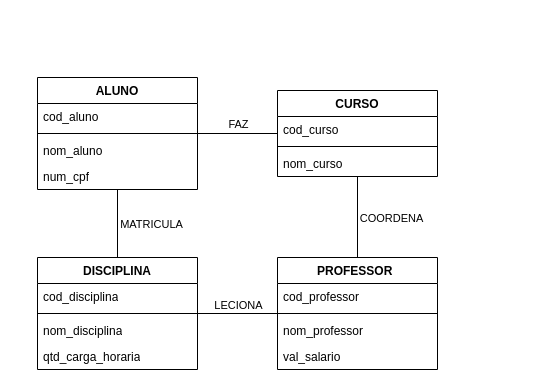
The draw.io diagram BD_Aula1.drawio in NicolasKevin2/BD, before the edit. Source tidied: cells renumbered, new cells numbered last; positions are measured from the earlier drawing's top-left corner, leaving out a move shared by most shapes. Both pictures are drawn from the tidied source at 100%, with x=0, y=0 at pixel (37, 77).
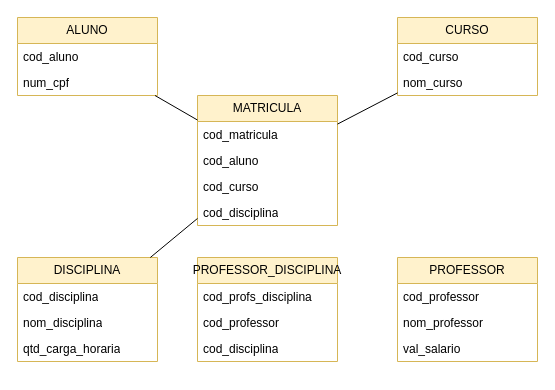
Above is the later version.

Diff of the diagram source:
```diff
@@
-    <mxCell id="2" value="ALUNO&lt;br&gt;" style="swimlane;fontStyle=1;align=center;verticalAlign=top;horizontal=1;startSize=26;whiteSpace=wrap;html=1;" parent="1" vertex="1">
-      <mxGeometry width="160" height="112" as="geometry" />
-    </mxCell>
-    <mxCell id="3" value="cod_aluno" style="text;strokeColor=none;fillColor=none;align=left;verticalAlign=top;spacingLeft=4;spacingRight=4;overflow=hidden;whiteSpace=wrap;html=1;" parent="2" vertex="1">
-      <mxGeometry y="26" width="160" height="26" as="geometry" />
-    </mxCell>
-    <mxCell id="4" style="line;strokeWidth=1;fillColor=none;align=left;verticalAlign=middle;spacingTop=-1;spacingLeft=3;spacingRight=3;labelPosition=right;strokeColor=inherit;" parent="2" vertex="1">
-      <mxGeometry y="52" width="160" height="8" as="geometry" />
-    </mxCell>
-    <mxCell id="5" value="nom_aluno" style="text;strokeColor=none;fillColor=none;align=left;verticalAlign=top;spacingLeft=4;spacingRight=4;overflow=hidden;whiteSpace=wrap;html=1;" parent="2" vertex="1">
-      <mxGeometry y="60" width="160" height="26" as="geometry" />
-    </mxCell>
-    <mxCell id="6" value="num_cpf" style="text;strokeColor=none;fillColor=none;align=left;verticalAlign=top;spacingLeft=4;spacingRight=4;overflow=hidden;whiteSpace=wrap;html=1;" parent="2" vertex="1">
-      <mxGeometry y="86" width="160" height="26" as="geometry" />
-    </mxCell>
-    <mxCell id="7" value="CURSO" style="swimlane;fontStyle=1;align=center;verticalAlign=top;horizontal=1;startSize=26;whiteSpace=wrap;html=1;" parent="1" vertex="1">
-      <mxGeometry x="240" y="13" width="160" height="86" as="geometry" />
+    <mxCell id="7" value="CURSO" style="swimlane;fontStyle=0;horizontal=1;startSize=26;fillColor=#fff2cc;whiteSpace=wrap;html=1;strokeColor=#d6b656;" parent="1" vertex="1">
+      <mxGeometry x="360" y="-60" width="140" height="78" as="geometry" />
     </mxCell>
     <mxCell id="8" value="cod_curso" style="text;strokeColor=none;fillColor=none;align=left;verticalAlign=top;spacingLeft=4;spacingRight=4;overflow=hidden;whiteSpace=wrap;html=1;" parent="7" vertex="1">
-      <mxGeometry y="26" width="160" height="26" as="geometry" />
+      <mxGeometry y="26" width="140" height="26" as="geometry" />
     </mxCell>
-    <mxCell id="9" style="line;strokeWidth=1;fillColor=none;align=left;verticalAlign=middle;spacingTop=-1;spacingLeft=3;spacingRight=3;labelPosition=right;strokeColor=inherit;" parent="7" vertex="1">
-      <mxGeometry y="52" width="160" height="8" as="geometry" />
-    </mxCell>
     <mxCell id="10" value="nom_curso" style="text;strokeColor=none;fillColor=none;align=left;verticalAlign=top;spacingLeft=4;spacingRight=4;overflow=hidden;whiteSpace=wrap;html=1;" parent="7" vertex="1">
-      <mxGeometry y="60" width="160" height="26" as="geometry" />
+      <mxGeometry y="52" width="140" height="26" as="geometry" />
     </mxCell>
+    <mxCell id="2" value="ALUNO" style="swimlane;fontStyle=0;horizontal=1;startSize=26;fillColor=#fff2cc;whiteSpace=wrap;html=1;strokeColor=#d6b656;" parent="1" vertex="1">
+      <mxGeometry x="-20" y="-60" width="140" height="78" as="geometry" />
+    </mxCell>
+    <mxCell id="29" value="cod_aluno" style="text;strokeColor=none;fillColor=none;align=left;verticalAlign=top;spacingLeft=4;spacingRight=4;overflow=hidden;whiteSpace=wrap;html=1;" parent="2" vertex="1">
+      <mxGeometry y="26" width="140" height="26" as="geometry" />
+    </mxCell>
+    <mxCell id="6" value="num_cpf" style="text;strokeColor=none;fillColor=none;align=left;verticalAlign=top;spacingLeft=4;spacingRight=4;overflow=hidden;whiteSpace=wrap;html=1;" parent="2" vertex="1">
+      <mxGeometry y="52" width="140" height="26" as="geometry" />
+    </mxCell>
+    <mxCell id="16" value="DISCIPLINA" style="swimlane;fontStyle=0;horizontal=1;startSize=26;fillColor=#fff2cc;whiteSpace=wrap;html=1;strokeColor=#d6b656;" parent="1" vertex="1">
+      <mxGeometry x="-20" y="180" width="140" height="104" as="geometry" />
+    </mxCell>
+    <mxCell id="30" value="cod_disciplina" style="text;strokeColor=none;fillColor=none;align=left;verticalAlign=top;spacingLeft=4;spacingRight=4;overflow=hidden;whiteSpace=wrap;html=1;" parent="16" vertex="1">
+      <mxGeometry y="26" width="140" height="26" as="geometry" />
+    </mxCell>
+    <mxCell id="19" value="nom_disciplina" style="text;strokeColor=none;fillColor=none;align=left;verticalAlign=top;spacingLeft=4;spacingRight=4;overflow=hidden;whiteSpace=wrap;html=1;" parent="16" vertex="1">
+      <mxGeometry y="52" width="140" height="26" as="geometry" />
+    </mxCell>
+    <mxCell id="20" value="qtd_carga_horaria" style="text;strokeColor=none;fillColor=none;align=left;verticalAlign=top;spacingLeft=4;spacingRight=4;overflow=hidden;whiteSpace=wrap;html=1;" parent="16" vertex="1">
+      <mxGeometry y="78" width="140" height="26" as="geometry" />
+    </mxCell>
-    <mxCell id="11" value="PROFESSOR&lt;span style=&quot;white-space: pre;&quot;&gt;&#9;&lt;/span&gt;" style="swimlane;fontStyle=1;align=center;verticalAlign=top;horizontal=1;startSize=26;whiteSpace=wrap;html=1;" parent="1" vertex="1">
-      <mxGeometry x="240" y="180" width="160" height="112" as="geometry" />
+    <mxCell id="11" value="PROFESSOR" style="swimlane;fontStyle=0;horizontal=1;startSize=26;fillColor=#fff2cc;whiteSpace=wrap;html=1;strokeColor=#d6b656;" parent="1" vertex="1">
+      <mxGeometry x="360" y="180" width="140" height="104" as="geometry" />
     </mxCell>
-    <mxCell id="12" value="cod_professor" style="text;strokeColor=none;fillColor=none;align=left;verticalAlign=top;spacingLeft=4;spacingRight=4;overflow=hidden;whiteSpace=wrap;html=1;" parent="11" vertex="1">
-      <mxGeometry y="26" width="160" height="26" as="geometry" />
-    </mxCell>
-    <mxCell id="13" style="line;strokeWidth=1;fillColor=none;align=left;verticalAlign=middle;spacingTop=-1;spacingLeft=3;spacingRight=3;labelPosition=right;strokeColor=inherit;" parent="11" vertex="1">
-      <mxGeometry y="52" width="160" height="8" as="geometry" />
-    </mxCell>
+    <mxCell id="31" value="cod_professor" style="text;strokeColor=none;fillColor=none;align=left;verticalAlign=top;spacingLeft=4;spacingRight=4;overflow=hidden;whiteSpace=wrap;html=1;" parent="11" vertex="1">
+      <mxGeometry y="26" width="140" height="26" as="geometry" />
+    </mxCell>
     <mxCell id="14" value="nom_professor" style="text;strokeColor=none;fillColor=none;align=left;verticalAlign=top;spacingLeft=4;spacingRight=4;overflow=hidden;whiteSpace=wrap;html=1;" parent="11" vertex="1">
-      <mxGeometry y="60" width="160" height="26" as="geometry" />
+      <mxGeometry y="52" width="140" height="26" as="geometry" />
     </mxCell>
     <mxCell id="15" value="val_salario" style="text;strokeColor=none;fillColor=none;align=left;verticalAlign=top;spacingLeft=4;spacingRight=4;overflow=hidden;whiteSpace=wrap;html=1;" parent="11" vertex="1">
-      <mxGeometry y="86" width="160" height="26" as="geometry" />
+      <mxGeometry y="78" width="140" height="26" as="geometry" />
     </mxCell>
-    <mxCell id="16" value="DISCIPLINA" style="swimlane;fontStyle=1;align=center;verticalAlign=top;horizontal=1;startSize=26;whiteSpace=wrap;html=1;" parent="1" vertex="1">
-      <mxGeometry y="180" width="160" height="112" as="geometry" />
-    </mxCell>
-    <mxCell id="17" value="cod_disciplina" style="text;strokeColor=none;fillColor=none;align=left;verticalAlign=top;spacingLeft=4;spacingRight=4;overflow=hidden;whiteSpace=wrap;html=1;" parent="16" vertex="1">
-      <mxGeometry y="26" width="160" height="26" as="geometry" />
-    </mxCell>
-    <mxCell id="18" style="line;strokeWidth=1;fillColor=none;align=left;verticalAlign=middle;spacingTop=-1;spacingLeft=3;spacingRight=3;labelPosition=right;strokeColor=inherit;" parent="16" vertex="1">
-      <mxGeometry y="52" width="160" height="8" as="geometry" />
-    </mxCell>
-    <mxCell id="19" value="nom_disciplina" style="text;strokeColor=none;fillColor=none;align=left;verticalAlign=top;spacingLeft=4;spacingRight=4;overflow=hidden;whiteSpace=wrap;html=1;" parent="16" vertex="1">
-      <mxGeometry y="60" width="160" height="26" as="geometry" />
-    </mxCell>
-    <mxCell id="20" value="qtd_carga_horaria" style="text;strokeColor=none;fillColor=none;align=left;verticalAlign=top;spacingLeft=4;spacingRight=4;overflow=hidden;whiteSpace=wrap;html=1;" parent="16" vertex="1">
-      <mxGeometry y="86" width="160" height="26" as="geometry" />
-    </mxCell>
-    <mxCell id="21" style="endArrow=none;html=1;rounded=0;" parent="1" edge="1" source="2" target="7">
-      <mxGeometry relative="1" as="geometry" />
-    </mxCell>
-    <mxCell id="22" value="FAZ&lt;br&gt;" style="edgeLabel;html=1;align=center;verticalAlign=middle;" parent="21" vertex="1">
-      <mxGeometry x="-0.05" y="-2" relative="1" as="geometry">
-        <mxPoint x="2" y="-12" as="offset" />
-      </mxGeometry>
-    </mxCell>
-    <mxCell id="23" style="endArrow=none;html=1;rounded=0;" parent="1" edge="1" source="16" target="2">
-      <mxGeometry relative="1" as="geometry" />
-    </mxCell>
-    <mxCell id="24" value="MATRICULA&lt;br&gt;" style="edgeLabel;html=1;align=center;verticalAlign=middle;points=[];" parent="23" vertex="1">
-      <mxGeometry x="0.03" y="1" relative="1" as="geometry">
-        <mxPoint x="34" y="1" as="offset" />
-      </mxGeometry>
+    <mxCell id="24" value="MATRICULA" style="swimlane;fontStyle=0;horizontal=1;startSize=26;fillColor=#fff2cc;whiteSpace=wrap;html=1;strokeColor=#d6b656;" parent="1" vertex="1">
+      <mxGeometry x="160" y="18" width="140" height="130" as="geometry" />
     </mxCell>
-    <mxCell id="25" style="endArrow=none;html=1;rounded=0;" parent="1" edge="1" source="16" target="11">
-      <mxGeometry relative="1" as="geometry" />
-    </mxCell>
-    <mxCell id="26" value="LECIONA&lt;br&gt;" style="edgeLabel;html=1;align=center;verticalAlign=middle;" parent="25" vertex="1">
-      <mxGeometry y="-1" relative="1" as="geometry">
-        <mxPoint y="-10" as="offset" />
-      </mxGeometry>
-    </mxCell>
-    <mxCell id="27" style="endArrow=none;html=1;rounded=0;" parent="1" edge="1" source="11" target="7">
-      <mxGeometry relative="1" as="geometry" />
-    </mxCell>
-    <mxCell id="28" value="COORDENA" style="edgeLabel;html=1;align=center;verticalAlign=middle;" parent="27" vertex="1">
-      <mxGeometry x="-0.09" y="-2" relative="1" as="geometry">
-        <mxPoint x="31" y="-3" as="offset" />
-      </mxGeometry>
-    </mxCell>
+    <mxCell id="32" value="cod_matricula" style="text;strokeColor=none;fillColor=none;align=left;verticalAlign=top;spacingLeft=4;spacingRight=4;overflow=hidden;whiteSpace=wrap;html=1;" parent="24" vertex="1">
+      <mxGeometry y="26" width="140" height="26" as="geometry" />
+    </mxCell>
+    <mxCell id="33" value="cod_aluno" style="text;strokeColor=none;fillColor=none;align=left;verticalAlign=top;spacingLeft=4;spacingRight=4;overflow=hidden;whiteSpace=wrap;html=1;" parent="24" vertex="1">
+      <mxGeometry y="52" width="140" height="26" as="geometry" />
+    </mxCell>
+    <mxCell id="34" value="cod_curso" style="text;strokeColor=none;fillColor=none;align=left;verticalAlign=top;spacingLeft=4;spacingRight=4;overflow=hidden;whiteSpace=wrap;html=1;" parent="24" vertex="1">
+      <mxGeometry y="78" width="140" height="26" as="geometry" />
+    </mxCell>
+    <mxCell id="35" value="cod_disciplina" style="text;strokeColor=none;fillColor=none;align=left;verticalAlign=top;spacingLeft=4;spacingRight=4;overflow=hidden;whiteSpace=wrap;html=1;" parent="24" vertex="1">
+      <mxGeometry y="104" width="140" height="26" as="geometry" />
+    </mxCell>
+    <mxCell id="36" style="endArrow=none;html=1;rounded=0;" parent="1" edge="1" source="24" target="2">
+      <mxGeometry relative="1" as="geometry" />
+    </mxCell>
+    <mxCell id="37" style="endArrow=none;html=1;rounded=0;" parent="1" edge="1" source="16" target="24">
+      <mxGeometry relative="1" as="geometry" />
+    </mxCell>
+    <mxCell id="38" value="PROFESSOR_DISCIPLINA" style="swimlane;fontStyle=0;horizontal=1;startSize=26;fillColor=#fff2cc;whiteSpace=wrap;html=1;strokeColor=#d6b656;" parent="1" vertex="1">
+      <mxGeometry x="160" y="180" width="140" height="104" as="geometry" />
+    </mxCell>
+    <mxCell id="39" value="cod_profs_disciplina" style="text;strokeColor=none;fillColor=none;align=left;verticalAlign=top;spacingLeft=4;spacingRight=4;overflow=hidden;whiteSpace=wrap;html=1;" parent="38" vertex="1">
+      <mxGeometry y="26" width="140" height="26" as="geometry" />
+    </mxCell>
+    <mxCell id="40" value="cod_professor" style="text;strokeColor=none;fillColor=none;align=left;verticalAlign=top;spacingLeft=4;spacingRight=4;overflow=hidden;whiteSpace=wrap;html=1;" parent="38" vertex="1">
+      <mxGeometry y="52" width="140" height="26" as="geometry" />
+    </mxCell>
+    <mxCell id="41" value="cod_disciplina" style="text;strokeColor=none;fillColor=none;align=left;verticalAlign=top;spacingLeft=4;spacingRight=4;overflow=hidden;whiteSpace=wrap;html=1;" parent="38" vertex="1">
+      <mxGeometry y="78" width="140" height="26" as="geometry" />
+    </mxCell>
+    <mxCell id="42" style="endArrow=none;html=1;rounded=0;" parent="1" edge="1" source="24" target="7">
+      <mxGeometry relative="1" as="geometry" />
+    </mxCell>
```
